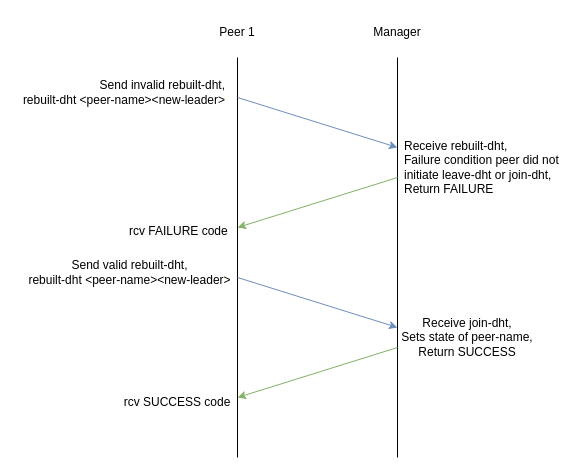
Earlier version of the draw.io diagram dht_rebuilt.drawio (TalonRoberts/cse360_helloworld). Source tidied: cells renumbered, new cells numbered last; positions are measured from the earlier drawing's top-left corner, leaving out a move shared by most shapes. Both pictures are drawn from the tidied source at 100%, with x=0, y=0 at pixel (17, 17).
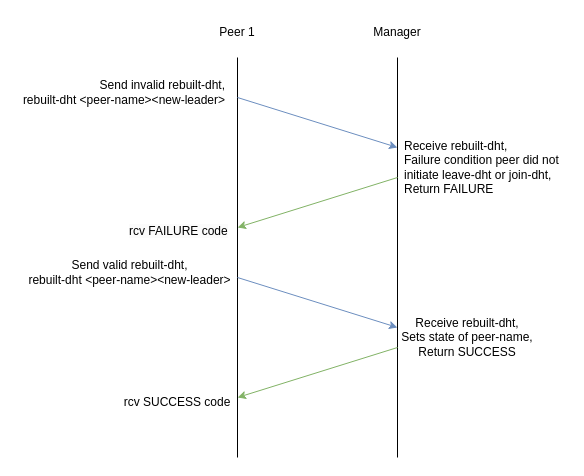
The same page after the edit.

What changed in the source:
```diff
@@
-    <mxCell id="15" value="Receive join-dht,&lt;div&gt;Sets state of peer-name, Return SUCCESS&lt;/div&gt;" style="text;strokeColor=none;align=center;fillColor=none;html=1;verticalAlign=middle;whiteSpace=wrap;rounded=0;" parent="1" vertex="1">
+    <mxCell id="15" value="Receive rebuilt-dht,&lt;div&gt;Sets state of peer-name, Return SUCCESS&lt;/div&gt;" style="text;strokeColor=none;align=center;fillColor=none;html=1;verticalAlign=middle;whiteSpace=wrap;rounded=0;" parent="1" vertex="1">
       <mxGeometry x="380" y="310" width="140" height="20" as="geometry" />
     </mxCell>
```
